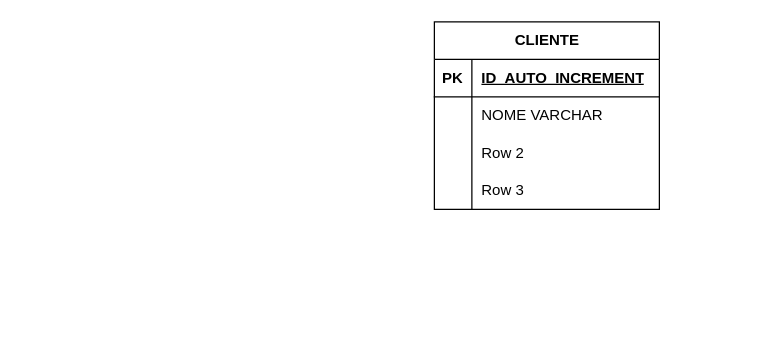
Earlier version of the draw.io diagram Diagramas/Diagrama sem nome.drawio (samueldelorenzi/BancoDeDadosI). Source tidied: cells renumbered, new cells numbered last; positions are measured from the earlier drawing's top-left corner, leaving out a move shared by most shapes. Both pictures are drawn from the tidied source at 125%, with x=0, y=0 at pixel (434, 21).
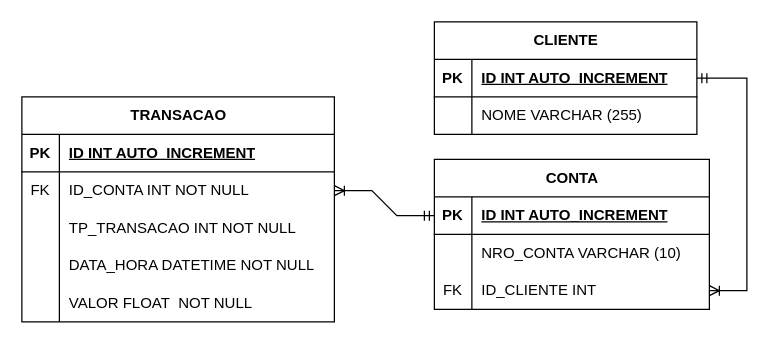
After the change.

Diff of the diagram source:
```diff
@@
     <mxCell id="2" value="CLIENTE" style="shape=table;startSize=30;childLayout=tableLayout;rowLines=0;fontStyle=1;align=center;html=1;" parent="1" vertex="1">
-      <mxGeometry width="180" height="150" as="geometry" />
+      <mxGeometry width="210" height="90" as="geometry" />
     </mxCell>
     <mxCell id="3" style="shape=tableRow;horizontal=0;startSize=0;swimlaneHead=0;swimlaneBody=0;fillColor=none;points=[[0,0.5],[1,0.5]];portConstraint=eastwest;top=0;left=0;right=0;bottom=1;" parent="2" vertex="1">
-      <mxGeometry y="30" width="180" height="30" as="geometry" />
+      <mxGeometry y="30" width="210" height="30" as="geometry" />
     </mxCell>
@@
-    <mxCell id="5" value="ID_AUTO_INCREMENT" style="shape=partialRectangle;fillColor=none;top=0;left=0;bottom=0;right=0;align=left;spacingLeft=6;fontStyle=5;overflow=hidden;whiteSpace=wrap;html=1;" parent="3" vertex="1">
-      <mxGeometry x="30" width="150" height="30" as="geometry" />
+    <mxCell id="5" value="ID INT AUTO_INCREMENT" style="shape=partialRectangle;fillColor=none;top=0;left=0;bottom=0;right=0;align=left;spacingLeft=6;fontStyle=5;overflow=hidden;whiteSpace=wrap;html=1;" parent="3" vertex="1">
+      <mxGeometry x="30" width="180" height="30" as="geometry" />
     </mxCell>
     <mxCell id="6" style="shape=tableRow;horizontal=0;startSize=0;swimlaneHead=0;swimlaneBody=0;fillColor=none;top=0;left=0;right=0;bottom=0;" parent="2" vertex="1">
-      <mxGeometry y="60" width="180" height="30" as="geometry" />
+      <mxGeometry y="60" width="210" height="30" as="geometry" />
     </mxCell>
@@
-    <mxCell id="8" value="NOME VARCHAR" style="shape=partialRectangle;fillColor=none;top=0;left=0;bottom=0;right=0;align=left;spacingLeft=6;overflow=hidden;whiteSpace=wrap;html=1;" parent="6" vertex="1">
-      <mxGeometry x="30" width="150" height="30" as="geometry" />
+    <mxCell id="8" value="NOME VARCHAR (255)" style="shape=partialRectangle;fillColor=none;top=0;left=0;bottom=0;right=0;align=left;spacingLeft=6;overflow=hidden;whiteSpace=wrap;html=1;" parent="6" vertex="1">
+      <mxGeometry x="30" width="180" height="30" as="geometry" />
     </mxCell>
-    <mxCell id="9" style="shape=tableRow;horizontal=0;startSize=0;swimlaneHead=0;swimlaneBody=0;fillColor=none;top=0;left=0;right=0;bottom=0;" parent="2" vertex="1">
-      <mxGeometry y="90" width="180" height="30" as="geometry" />
-    </mxCell>
-    <mxCell id="10" style="shape=partialRectangle;fillColor=none;top=0;left=0;bottom=0;right=0;overflow=hidden;whiteSpace=wrap;html=1;" parent="9" vertex="1">
-      <mxGeometry width="30" height="30" as="geometry" />
-    </mxCell>
-    <mxCell id="11" value="Row 2" style="shape=partialRectangle;fillColor=none;top=0;left=0;bottom=0;right=0;align=left;spacingLeft=6;overflow=hidden;whiteSpace=wrap;html=1;" parent="9" vertex="1">
-      <mxGeometry x="30" width="150" height="30" as="geometry" />
-    </mxCell>
-    <mxCell id="12" style="shape=tableRow;horizontal=0;startSize=0;swimlaneHead=0;swimlaneBody=0;fillColor=none;top=0;left=0;right=0;bottom=0;" parent="2" vertex="1">
-      <mxGeometry y="120" width="180" height="30" as="geometry" />
-    </mxCell>
-    <mxCell id="13" style="shape=partialRectangle;fillColor=none;top=0;left=0;bottom=0;right=0;overflow=hidden;whiteSpace=wrap;html=1;" parent="12" vertex="1">
-      <mxGeometry width="30" height="30" as="geometry" />
-    </mxCell>
-    <mxCell id="14" value="Row 3" style="shape=partialRectangle;fillColor=none;top=0;left=0;bottom=0;right=0;align=left;spacingLeft=6;overflow=hidden;whiteSpace=wrap;html=1;" parent="12" vertex="1">
-      <mxGeometry x="30" width="150" height="30" as="geometry" />
-    </mxCell>
+    <mxCell id="15" value="CONTA" style="shape=table;startSize=30;childLayout=tableLayout;rowLines=0;fontStyle=1;align=center;html=1;" parent="1" vertex="1">
+      <mxGeometry y="110" width="220" height="120" as="geometry" />
+    </mxCell>
+    <mxCell id="16" style="shape=tableRow;horizontal=0;startSize=0;swimlaneHead=0;swimlaneBody=0;fillColor=none;points=[[0,0.5],[1,0.5]];portConstraint=eastwest;top=0;left=0;right=0;bottom=1;" parent="15" vertex="1">
+      <mxGeometry y="30" width="220" height="30" as="geometry" />
+    </mxCell>
+    <mxCell id="17" value="PK" style="shape=partialRectangle;fillColor=none;top=0;left=0;bottom=0;right=0;fontStyle=1;overflow=hidden;whiteSpace=wrap;html=1;" parent="16" vertex="1">
+      <mxGeometry width="30" height="30" as="geometry" />
+    </mxCell>
+    <mxCell id="18" value="ID INT AUTO_INCREMENT" style="shape=partialRectangle;fillColor=none;top=0;left=0;bottom=0;right=0;align=left;spacingLeft=6;fontStyle=5;overflow=hidden;whiteSpace=wrap;html=1;" parent="16" vertex="1">
+      <mxGeometry x="30" width="190" height="30" as="geometry" />
+    </mxCell>
+    <mxCell id="19" style="shape=tableRow;horizontal=0;startSize=0;swimlaneHead=0;swimlaneBody=0;fillColor=none;top=0;left=0;right=0;bottom=0;" parent="15" vertex="1">
+      <mxGeometry y="60" width="220" height="30" as="geometry" />
+    </mxCell>
+    <mxCell id="20" style="shape=partialRectangle;fillColor=none;top=0;left=0;bottom=0;right=0;overflow=hidden;whiteSpace=wrap;html=1;" parent="19" vertex="1">
+      <mxGeometry width="30" height="30" as="geometry" />
+    </mxCell>
+    <mxCell id="21" value="NRO_CONTA VARCHAR (10)" style="shape=partialRectangle;fillColor=none;top=0;left=0;bottom=0;right=0;align=left;spacingLeft=6;overflow=hidden;whiteSpace=wrap;html=1;" parent="19" vertex="1">
+      <mxGeometry x="30" width="190" height="30" as="geometry" />
+    </mxCell>
+    <mxCell id="22" style="shape=tableRow;horizontal=0;startSize=0;swimlaneHead=0;swimlaneBody=0;fillColor=none;points=[[0,0.5],[1,0.5]];portConstraint=eastwest;top=0;left=0;right=0;bottom=0;" parent="15" vertex="1">
+      <mxGeometry y="90" width="220" height="30" as="geometry" />
+    </mxCell>
+    <mxCell id="23" value="FK" style="shape=partialRectangle;fillColor=none;top=0;left=0;bottom=0;right=0;overflow=hidden;whiteSpace=wrap;html=1;" parent="22" vertex="1">
+      <mxGeometry width="30" height="30" as="geometry" />
+    </mxCell>
+    <mxCell id="24" value="ID_CLIENTE INT" style="shape=partialRectangle;fillColor=none;top=0;left=0;bottom=0;right=0;align=left;spacingLeft=6;overflow=hidden;whiteSpace=wrap;html=1;" parent="22" vertex="1">
+      <mxGeometry x="30" width="190" height="30" as="geometry" />
+    </mxCell>
+    <mxCell id="25" style="edgeStyle=entityRelationEdgeStyle;fontSize=12;html=1;endArrow=ERoneToMany;startArrow=ERmandOne;rounded=0;exitX=1;exitY=0.5;exitDx=0;exitDy=0;" parent="1" edge="1" source="3" target="22">
+      <mxGeometry relative="1" as="geometry" />
+    </mxCell>
+    <mxCell id="26" value="TRANSACAO" style="shape=table;startSize=30;childLayout=tableLayout;rowLines=0;fontStyle=1;align=center;html=1;" parent="1" vertex="1">
+      <mxGeometry x="-330" y="60" width="250" height="180" as="geometry" />
+    </mxCell>
+    <mxCell id="27" style="shape=tableRow;horizontal=0;startSize=0;swimlaneHead=0;swimlaneBody=0;fillColor=none;top=0;left=0;right=0;bottom=1;" parent="26" vertex="1">
+      <mxGeometry y="30" width="250" height="30" as="geometry" />
+    </mxCell>
+    <mxCell id="28" value="PK" style="shape=partialRectangle;fillColor=none;top=0;left=0;bottom=0;right=0;fontStyle=1;overflow=hidden;whiteSpace=wrap;html=1;" parent="27" vertex="1">
+      <mxGeometry width="30" height="30" as="geometry" />
+    </mxCell>
+    <mxCell id="29" value="ID INT AUTO_INCREMENT" style="shape=partialRectangle;fillColor=none;top=0;left=0;bottom=0;right=0;align=left;spacingLeft=6;fontStyle=5;overflow=hidden;whiteSpace=wrap;html=1;" parent="27" vertex="1">
+      <mxGeometry x="30" width="220" height="30" as="geometry" />
+    </mxCell>
+    <mxCell id="30" style="shape=tableRow;horizontal=0;startSize=0;swimlaneHead=0;swimlaneBody=0;fillColor=none;points=[[0,0.5],[1,0.5]];portConstraint=eastwest;top=0;left=0;right=0;bottom=0;" parent="26" vertex="1">
+      <mxGeometry y="60" width="250" height="30" as="geometry" />
+    </mxCell>
+    <mxCell id="31" value="FK" style="shape=partialRectangle;fillColor=none;top=0;left=0;bottom=0;right=0;overflow=hidden;whiteSpace=wrap;html=1;" parent="30" vertex="1">
+      <mxGeometry width="30" height="30" as="geometry" />
+    </mxCell>
+    <mxCell id="32" value="ID_CONTA INT NOT NULL" style="shape=partialRectangle;fillColor=none;top=0;left=0;bottom=0;right=0;align=left;spacingLeft=6;overflow=hidden;whiteSpace=wrap;html=1;" parent="30" vertex="1">
+      <mxGeometry x="30" width="220" height="30" as="geometry" />
+    </mxCell>
+    <mxCell id="33" style="shape=tableRow;horizontal=0;startSize=0;swimlaneHead=0;swimlaneBody=0;fillColor=none;top=0;left=0;right=0;bottom=0;" parent="26" vertex="1">
+      <mxGeometry y="90" width="250" height="30" as="geometry" />
+    </mxCell>
+    <mxCell id="34" style="shape=partialRectangle;fillColor=none;top=0;left=0;bottom=0;right=0;overflow=hidden;whiteSpace=wrap;html=1;" parent="33" vertex="1">
+      <mxGeometry width="30" height="30" as="geometry" />
+    </mxCell>
+    <mxCell id="35" value="TP_TRANSACAO INT NOT NULL" style="shape=partialRectangle;fillColor=none;top=0;left=0;bottom=0;right=0;align=left;spacingLeft=6;overflow=hidden;whiteSpace=wrap;html=1;" parent="33" vertex="1">
+      <mxGeometry x="30" width="220" height="30" as="geometry" />
+    </mxCell>
+    <mxCell id="36" style="shape=tableRow;horizontal=0;startSize=0;swimlaneHead=0;swimlaneBody=0;fillColor=none;top=0;left=0;right=0;bottom=0;" parent="26" vertex="1">
+      <mxGeometry y="120" width="250" height="30" as="geometry" />
+    </mxCell>
+    <mxCell id="37" style="shape=partialRectangle;fillColor=none;top=0;left=0;bottom=0;right=0;overflow=hidden;whiteSpace=wrap;html=1;" parent="36" vertex="1">
+      <mxGeometry width="30" height="30" as="geometry" />
+    </mxCell>
+    <mxCell id="38" value="DATA_HORA DATETIME NOT NULL" style="shape=partialRectangle;fillColor=none;top=0;left=0;bottom=0;right=0;align=left;spacingLeft=6;overflow=hidden;whiteSpace=wrap;html=1;" parent="36" vertex="1">
+      <mxGeometry x="30" width="220" height="30" as="geometry" />
+    </mxCell>
+    <mxCell id="39" style="shape=tableRow;horizontal=0;startSize=0;swimlaneHead=0;swimlaneBody=0;fillColor=none;top=0;left=0;right=0;bottom=0;" parent="26" vertex="1">
+      <mxGeometry y="150" width="250" height="30" as="geometry" />
+    </mxCell>
+    <mxCell id="40" style="shape=partialRectangle;fillColor=none;top=0;left=0;bottom=0;right=0;overflow=hidden;whiteSpace=wrap;html=1;" parent="39" vertex="1">
+      <mxGeometry width="30" height="30" as="geometry" />
+    </mxCell>
+    <mxCell id="41" value="VALOR FLOAT&amp;nbsp; NOT NULL" style="shape=partialRectangle;fillColor=none;top=0;left=0;bottom=0;right=0;align=left;spacingLeft=6;overflow=hidden;whiteSpace=wrap;html=1;" parent="39" vertex="1">
+      <mxGeometry x="30" width="220" height="30" as="geometry" />
+    </mxCell>
+    <mxCell id="42" style="edgeStyle=entityRelationEdgeStyle;fontSize=12;html=1;endArrow=ERoneToMany;startArrow=ERmandOne;rounded=0;" parent="1" edge="1" source="16" target="30">
+      <mxGeometry relative="1" as="geometry" />
+    </mxCell>
```
